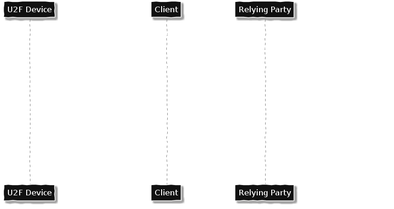
Earlier version of the PlantUML export slides/static/uml/u2f_authentication.png (duplys/learn-U2F). The source it was exported from:
```plantuml
@startuml

participant "Relying Party" as R order 60
participant Client as C order 40
participant "U2F Device" as U order 20

skinparam backgroundColor transparent
skinparam handwritten true

skinparam sequence {
ArrowColor White
ArrowFontName Ubuntu Monospace
ArrowFontColor White

LifeLineBorderColor Grey
LifeLineBackgroundColor #A9DCDF

ParticipantBorderColor White
ParticipantBackgroundColor #111111
ParticipantFontName Ubuntu Monospace
ParticipantFontSize 17
ParticipantFontColor White
}

C -> R: login attempt

C <- R: handle //h//, app id //id//, challenge

C -> C: check //id//

U <- C: //h//, //id//, //c// = (challenge, origin, channel id, ...)

U -> U: - lookup the private key associated with //h//\n- increment counter //cnt//\n- compute //s// = signature(//id//, //c//, //cnt//)

U -> C: //cnt//, //s//

C -> R: //cnt//, //c//, //s//

R -> R: - lookup the public key associated with //h//\n- check //s// using the public key\n- verify origin, channel id, //cnt//

@enduml
```
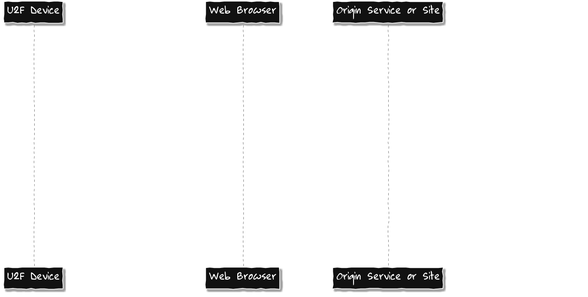
After the commit.

Commit message:
Adding new slides, diagrams and images

The edit, as a diff of the source:
```diff
@@ -1,15 +1,19 @@
 @startuml
 
-participant "Relying Party" as R order 60
-participant Client as C order 40
+participant "Origin Service or Site" as R order 60
+participant "Web Browser" as C order 40
 participant "U2F Device" as U order 20
 
 skinparam backgroundColor transparent
 skinparam handwritten true
 
+skinparam DefaultFontColor White
+skinparam DefaultFontName Rufscript
+skinparam DefaultFontSize 22
+
 skinparam sequence {
 ArrowColor White
-ArrowFontName Ubuntu Monospace
+ArrowFontName Rufscript
 ArrowFontColor White
 
 LifeLineBorderColor Grey
@@ -17,8 +21,8 @@
 
 ParticipantBorderColor White
 ParticipantBackgroundColor #111111
-ParticipantFontName Ubuntu Monospace
-ParticipantFontSize 17
+ParticipantFontName Rufscript
+ParticipantFontSize 24
 ParticipantFontColor White
 }
 
```
